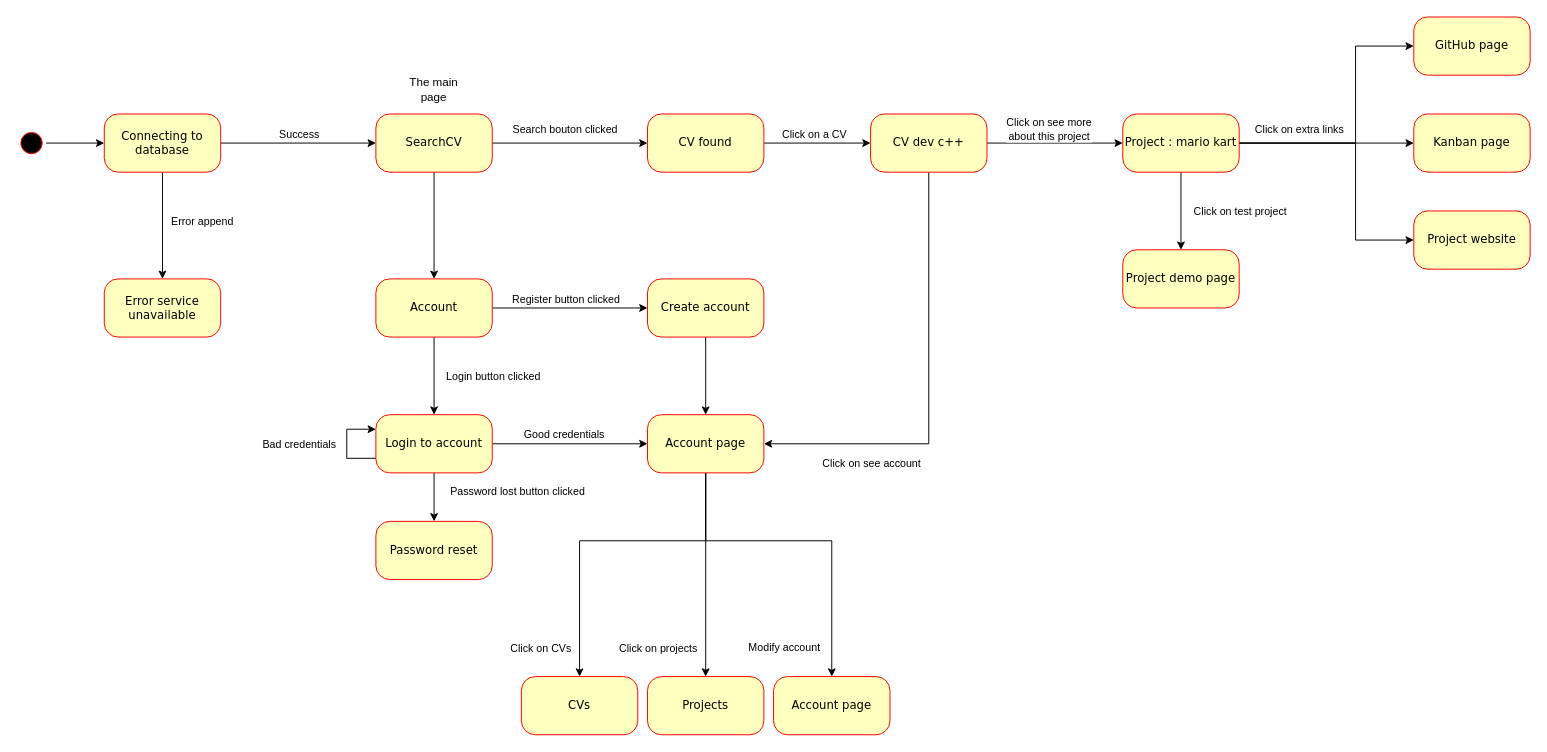
ChristopheQuiniou/EasyFolio keeps this draw.io diagram as Diagram/Views/.drawio. Above is the earlier version. Source tidied: cells renumbered, new cells numbered last; positions are measured from the earlier drawing's top-left corner, leaving out a move shared by most shapes. Both pictures are drawn from the tidied source at 97%, with x=0, y=0 at pixel (16, 16).
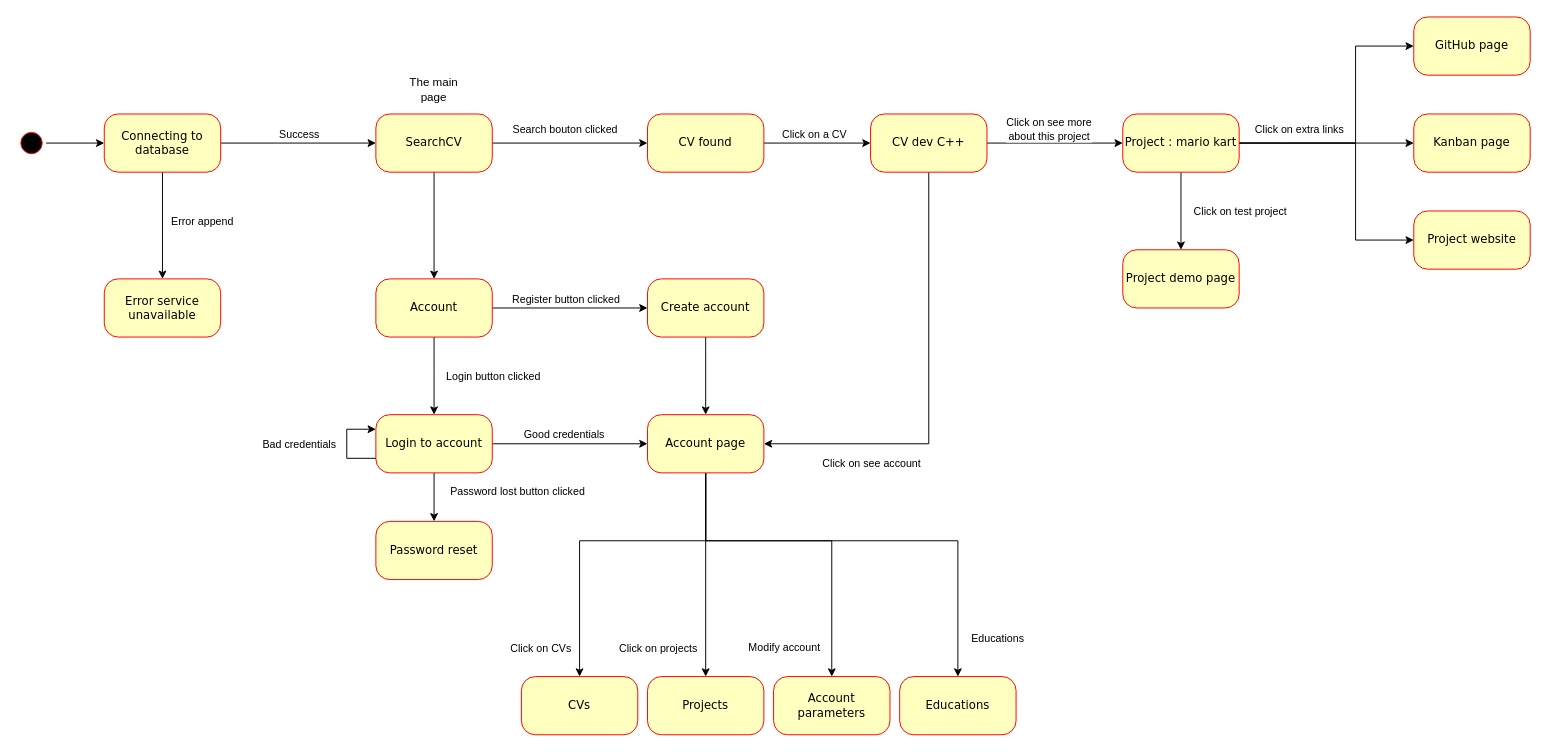
The same diagram, later.

Commit message:
Added the educations view .drawio

Unchanged cells that the change refers to:
```xml
<mxCell id="36" value="Account page" style="whiteSpace=wrap;html=1;fontFamily=Verdana;fillColor=#ffffc0;strokeColor=#ff0000;fontColor=#000000;rounded=1;arcSize=24;shadow=0;comic=0;labelBackgroundColor=none;" parent="1" vertex="1">
  <mxGeometry x="650" y="410" width="120" height="60" as="geometry" />
</mxCell>
```

Diff of the diagram source:
```diff
@@
+    <mxCell id="59" style="edgeStyle=orthogonalEdgeStyle;rounded=0;jettySize=auto;html=1;" parent="1" edge="1" source="36" target="61">
+      <mxGeometry relative="1" as="geometry">
+        <Array as="points">
+          <mxPoint x="710" y="540" />
+          <mxPoint x="970" y="540" />
+        </Array>
+      </mxGeometry>
+    </mxCell>
+    <mxCell id="60" value="Educations" style="edgeLabel;html=1;align=center;verticalAlign=middle;" parent="59" vertex="1">
+      <mxGeometry x="0.77" relative="1" as="geometry">
+        <mxPoint x="40" y="14" as="offset" />
+      </mxGeometry>
+    </mxCell>
@@
-    <mxCell id="44" value="CV dev c++" style="rounded=1;whiteSpace=wrap;html=1;arcSize=24;fillColor=#ffffc0;strokeColor=#ff0000;shadow=0;comic=0;labelBackgroundColor=none;fontFamily=Verdana;fontSize=12;fontColor=#000000;align=center;" parent="1" vertex="1">
+    <mxCell id="44" value="CV dev C++" style="rounded=1;whiteSpace=wrap;html=1;arcSize=24;fillColor=#ffffc0;strokeColor=#ff0000;shadow=0;comic=0;labelBackgroundColor=none;fontFamily=Verdana;fontSize=12;fontColor=#000000;align=center;" parent="1" vertex="1">
       <mxGeometry x="880" y="100" width="120" height="60" as="geometry" />
     </mxCell>
@@
-    <mxCell id="58" value="Account page" style="whiteSpace=wrap;html=1;fontFamily=Verdana;fillColor=#ffffc0;strokeColor=#ff0000;fontColor=#000000;rounded=1;arcSize=24;shadow=0;comic=0;labelBackgroundColor=none;" parent="1" vertex="1">
+    <mxCell id="58" value="Account parameters" style="whiteSpace=wrap;html=1;fontFamily=Verdana;fillColor=#ffffc0;strokeColor=#ff0000;fontColor=#000000;rounded=1;arcSize=24;shadow=0;comic=0;labelBackgroundColor=none;" parent="1" vertex="1">
       <mxGeometry x="780" y="680" width="120" height="60" as="geometry" />
     </mxCell>
+    <mxCell id="61" value="Educations" style="whiteSpace=wrap;html=1;fontFamily=Verdana;fillColor=#ffffc0;strokeColor=#ff0000;fontColor=#000000;rounded=1;arcSize=24;shadow=0;comic=0;labelBackgroundColor=none;" parent="1" vertex="1">
+      <mxGeometry x="910" y="680" width="120" height="60" as="geometry" />
+    </mxCell>
```
